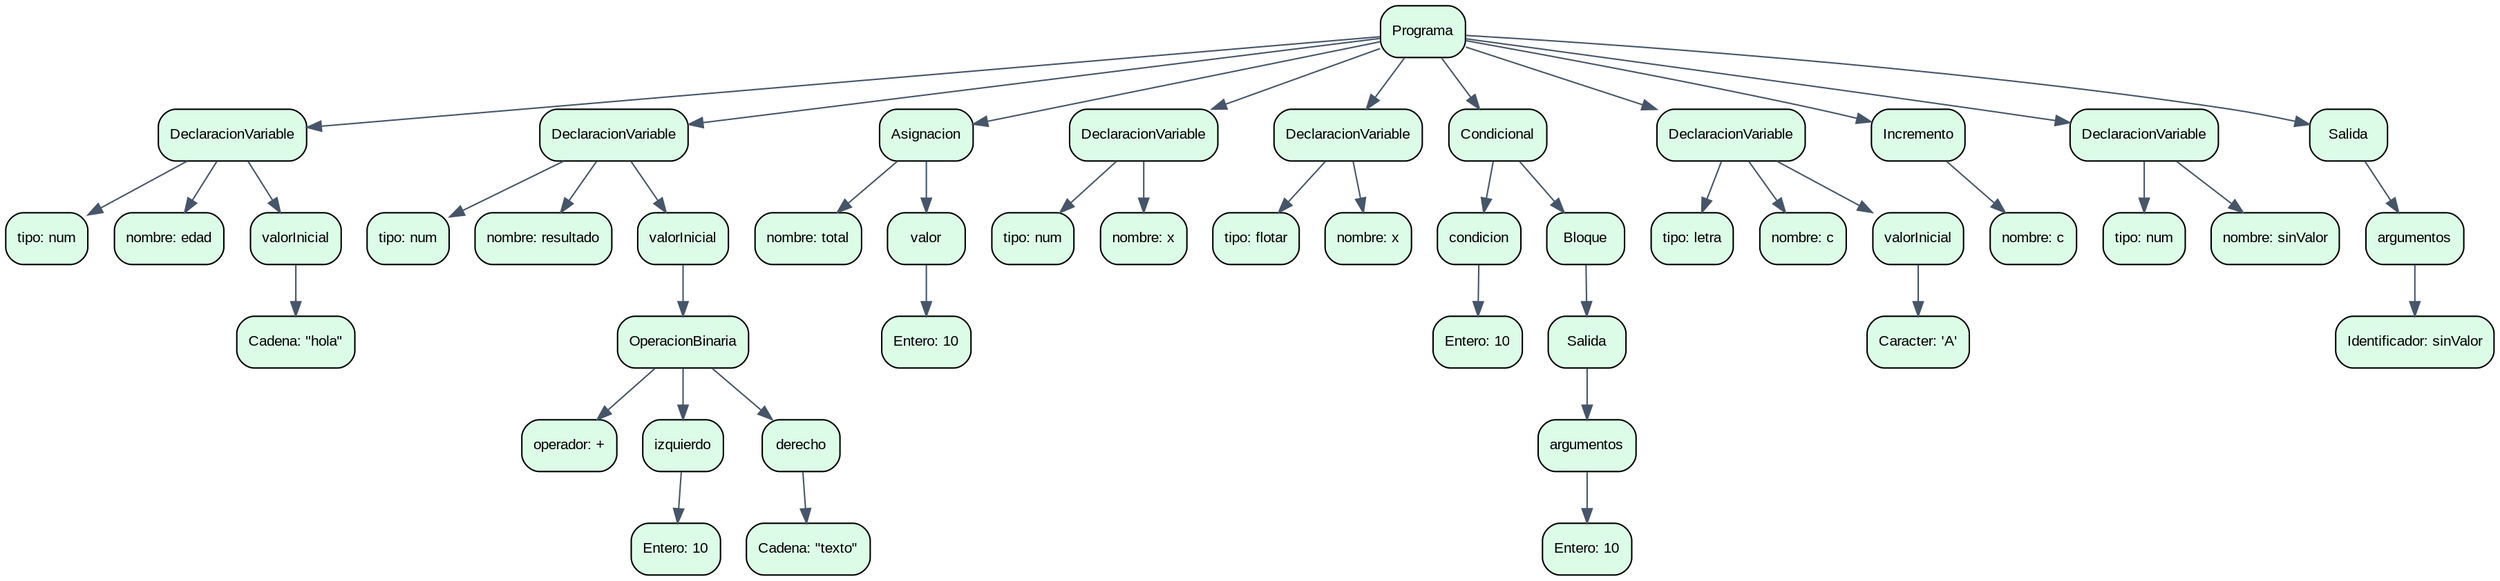
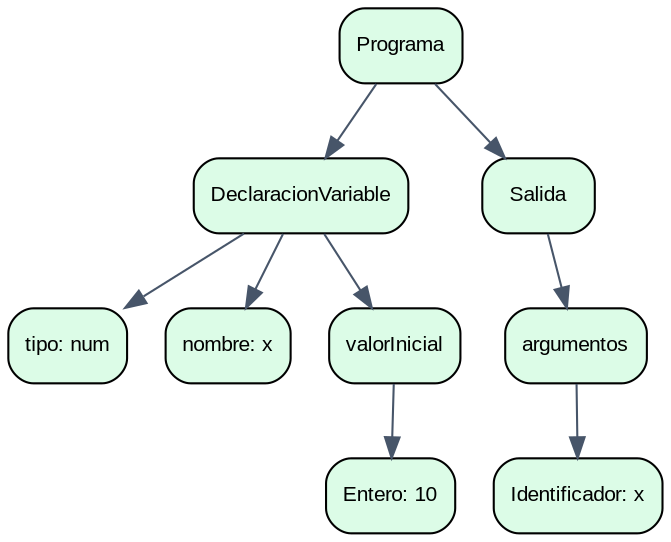
digraph AST {
  rankdir=TB;
  node [shape=box, style="rounded,filled", fontname="Arial", fontsize=10, fillcolor="#dcfce7"];
  edge [color="#475569"];
  n1 [label="Programa"];
  n1 -> n2;
  n2 [label="DeclaracionVariable"];
  n2 -> n3;
  n3 [label="tipo: num"];
  n2 -> n4;
-   n4 [label="nombre: edad"];
+   n4 [label="nombre: x"];
  n2 -> n5;
  n5 [label="valorInicial"];
  n5 -> n6;
-   n6 [label="Cadena: \"hola\""];
+   n6 [label="Entero: 10"];
  n1 -> n7;
-   n7 [label="DeclaracionVariable"];
+   n7 [label="Salida"];
  n7 -> n8;
-   n8 [label="tipo: num"];
-   n7 -> n9;
-   n9 [label="nombre: resultado"];
-   n7 -> n10;
-   n10 [label="valorInicial"];
-   n10 -> n13;
-   n13 [label="OperacionBinaria"];
-   n13 -> n14;
-   n14 [label="operador: +"];
-   n13 -> n15;
-   n15 [label="izquierdo"];
-   n15 -> n11;
-   n11 [label="Entero: 10"];
-   n13 -> n16;
-   n16 [label="derecho"];
-   n16 -> n12;
-   n12 [label="Cadena: \"texto\""];
-   n1 -> n17;
-   n17 [label="Asignacion"];
-   n17 -> n18;
-   n18 [label="nombre: total"];
-   n17 -> n19;
-   n19 [label="valor"];
-   n19 -> n20;
-   n20 [label="Entero: 10"];
-   n1 -> n21;
-   n21 [label="DeclaracionVariable"];
-   n21 -> n22;
-   n22 [label="tipo: num"];
-   n21 -> n23;
-   n23 [label="nombre: x"];
-   n1 -> n24;
-   n24 [label="DeclaracionVariable"];
-   n24 -> n25;
-   n25 [label="tipo: flotar"];
-   n24 -> n26;
-   n26 [label="nombre: x"];
-   n1 -> n27;
-   n27 [label="Condicional"];
-   n27 -> n28;
-   n28 [label="condicion"];
-   n28 -> n29;
-   n29 [label="Entero: 10"];
-   n27 -> n30;
-   n30 [label="Bloque"];
-   n30 -> n31;
-   n31 [label="Salida"];
-   n31 -> n32;
-   n32 [label="argumentos"];
-   n32 -> n33;
-   n33 [label="Entero: 10"];
-   n1 -> n34;
-   n34 [label="DeclaracionVariable"];
-   n34 -> n35;
-   n35 [label="tipo: letra"];
-   n34 -> n36;
-   n36 [label="nombre: c"];
-   n34 -> n37;
-   n37 [label="valorInicial"];
-   n37 -> n38;
-   n38 [label="Caracter: 'A'"];
-   n1 -> n39;
-   n39 [label="Incremento"];
-   n39 -> n40;
-   n40 [label="nombre: c"];
-   n1 -> n41;
-   n41 [label="DeclaracionVariable"];
-   n41 -> n42;
-   n42 [label="tipo: num"];
-   n41 -> n43;
-   n43 [label="nombre: sinValor"];
-   n1 -> n44;
-   n44 [label="Salida"];
-   n44 -> n45;
-   n45 [label="argumentos"];
-   n45 -> n46;
-   n46 [label="Identificador: sinValor"];
+   n8 [label="argumentos"];
+   n8 -> n9;
+   n9 [label="Identificador: x"];
}
